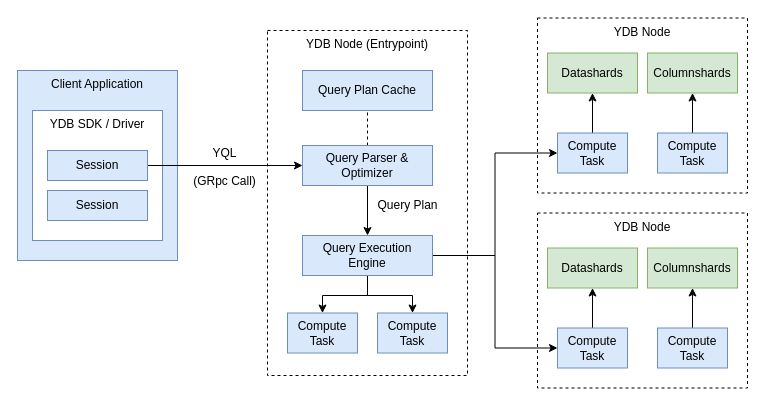
Before: ydb/docs/ru/core/concepts/_assets/query_workflow.drawio in ydb-platform/ydb, a draw.io diagram. Source tidied: cells renumbered, new cells numbered last; positions are measured from the earlier drawing's top-left corner, leaving out a move shared by most shapes. Both pictures are drawn from the tidied source at 100%, with x=0, y=0 at pixel (17, 18).
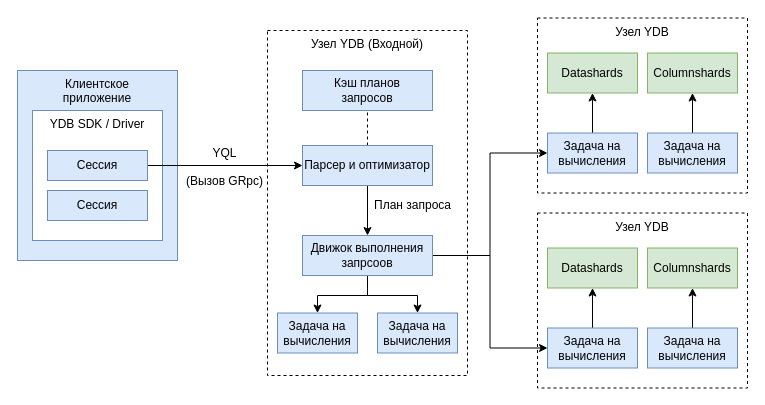
Above is the later version.

What changed in the source:
```diff
@@
-    <mxCell id="2" value="YDB Node" style="dashed=1;rounded=0;whiteSpace=wrap;html=1;strokeColor=#000000;verticalAlign=top;" parent="1" vertex="1">
+    <mxCell id="2" value="Узел YDB" style="dashed=1;rounded=0;whiteSpace=wrap;html=1;strokeColor=#000000;verticalAlign=top;" parent="1" vertex="1">
       <mxGeometry x="520" y="194.5" width="210" height="175" as="geometry" />
     </mxCell>
-    <mxCell id="3" value="YDB Node" style="dashed=1;rounded=0;whiteSpace=wrap;html=1;strokeColor=#000000;verticalAlign=top;" parent="1" vertex="1">
+    <mxCell id="3" value="Узел YDB" style="dashed=1;rounded=0;whiteSpace=wrap;html=1;strokeColor=#000000;verticalAlign=top;" parent="1" vertex="1">
       <mxGeometry x="520" y="-0.5" width="210" height="175" as="geometry" />
     </mxCell>
-    <mxCell id="4" value="YDB Node (Entrypoint)" style="dashed=1;rounded=0;whiteSpace=wrap;html=1;strokeColor=#000000;verticalAlign=top;" parent="1" vertex="1">
+    <mxCell id="4" value="Узел YDB (Входной)" style="dashed=1;rounded=0;whiteSpace=wrap;html=1;strokeColor=#000000;verticalAlign=top;" parent="1" vertex="1">
       <mxGeometry x="250" y="12" width="200" height="345" as="geometry" />
     </mxCell>
-    <mxCell id="5" value="Client Application" style="rounded=0;whiteSpace=wrap;html=1;fillColor=#dae8fc;strokeColor=#6c8ebf;verticalAlign=top;" parent="1" vertex="1">
+    <mxCell id="5" value="Клиентское &lt;br&gt;приложение" style="rounded=0;whiteSpace=wrap;html=1;fillColor=#dae8fc;strokeColor=#6c8ebf;verticalAlign=top;" parent="1" vertex="1">
       <mxGeometry y="52" width="160" height="190" as="geometry" />
     </mxCell>
@@
-    <mxCell id="8" value="Session" style="rounded=0;whiteSpace=wrap;html=1;fillColor=#dae8fc;strokeColor=#6c8ebf;" parent="1" vertex="1">
+    <mxCell id="8" value="Сессия" style="rounded=0;whiteSpace=wrap;html=1;fillColor=#dae8fc;strokeColor=#6c8ebf;" parent="1" vertex="1">
       <mxGeometry x="30" y="132" width="100" height="30" as="geometry" />
     </mxCell>
-    <mxCell id="9" value="Session" style="rounded=0;whiteSpace=wrap;html=1;fillColor=#dae8fc;strokeColor=#6c8ebf;" parent="1" vertex="1">
+    <mxCell id="9" value="Сессия" style="rounded=0;whiteSpace=wrap;html=1;fillColor=#dae8fc;strokeColor=#6c8ebf;" parent="1" vertex="1">
       <mxGeometry x="30" y="172" width="100" height="30" as="geometry" />
     </mxCell>
@@
-    <mxCell id="12" value="Query Parser &amp; Optimizer" style="rounded=0;whiteSpace=wrap;html=1;fillColor=#dae8fc;strokeColor=#6c8ebf;" parent="1" vertex="1">
+    <mxCell id="12" value="Парсер и оптимизатор" style="rounded=0;whiteSpace=wrap;html=1;fillColor=#dae8fc;strokeColor=#6c8ebf;" parent="1" vertex="1">
       <mxGeometry x="285" y="127" width="130" height="40" as="geometry" />
     </mxCell>
-    <mxCell id="13" value="Query Plan Cache" style="rounded=0;whiteSpace=wrap;html=1;fillColor=#dae8fc;strokeColor=#6c8ebf;" parent="1" vertex="1">
+    <mxCell id="13" value="Кэш планов &lt;br&gt;запросов" style="rounded=0;whiteSpace=wrap;html=1;fillColor=#dae8fc;strokeColor=#6c8ebf;" parent="1" vertex="1">
       <mxGeometry x="285" y="52" width="130" height="40" as="geometry" />
     </mxCell>
@@
+    <mxCell id="17" style="edgeStyle=orthogonalEdgeStyle;rounded=0;jettySize=auto;html=1;exitX=0.5;exitY=1;exitDx=0;exitDy=0;entryX=0.5;entryY=0;entryDx=0;entryDy=0;" parent="1" edge="1" source="18" target="35">
+      <mxGeometry relative="1" as="geometry" />
+    </mxCell>
     <mxCell id="16" style="edgeStyle=orthogonalEdgeStyle;rounded=0;jettySize=auto;html=1;exitX=0.5;exitY=1;exitDx=0;exitDy=0;entryX=0.5;entryY=0;entryDx=0;entryDy=0;" parent="1" edge="1" source="18" target="34">
-      <mxGeometry relative="1" as="geometry">
-        <Array as="points">
-          <mxPoint x="350" y="277" />
-          <mxPoint x="305" y="277" />
-        </Array>
-      </mxGeometry>
+      <mxGeometry relative="1" as="geometry" />
     </mxCell>
-    <mxCell id="17" style="edgeStyle=orthogonalEdgeStyle;rounded=0;jettySize=auto;html=1;exitX=0.5;exitY=1;exitDx=0;exitDy=0;entryX=0.5;entryY=0;entryDx=0;entryDy=0;" parent="1" edge="1" source="18" target="35">
-      <mxGeometry relative="1" as="geometry">
-        <Array as="points">
-          <mxPoint x="350" y="277" />
-          <mxPoint x="395" y="277" />
-        </Array>
-      </mxGeometry>
-    </mxCell>
-    <mxCell id="18" value="Query Execution Engine" style="rounded=0;whiteSpace=wrap;html=1;fillColor=#dae8fc;strokeColor=#6c8ebf;" parent="1" vertex="1">
+    <mxCell id="18" value="Движок выполнения запрсоов" style="rounded=0;whiteSpace=wrap;html=1;fillColor=#dae8fc;strokeColor=#6c8ebf;" parent="1" vertex="1">
       <mxGeometry x="285" y="217" width="130" height="40" as="geometry" />
     </mxCell>
-    <mxCell id="19" value="(GRpc Call)" style="text;html=1;strokeColor=none;fillColor=none;align=center;verticalAlign=middle;" parent="1" vertex="1">
+    <mxCell id="19" value="(Вызов GRpc)" style="text;html=1;strokeColor=none;fillColor=none;align=center;verticalAlign=middle;" parent="1" vertex="1">
       <mxGeometry x="181.5" y="162" width="50" as="geometry" />
     </mxCell>
@@
-    <mxCell id="21" value="Compute&lt;br&gt;Task" style="rounded=0;whiteSpace=wrap;html=1;fillColor=#dae8fc;strokeColor=#6c8ebf;" parent="1" vertex="1">
-      <mxGeometry x="540" y="114.5" width="70" height="40" as="geometry" />
+    <mxCell id="21" value="Задача на вычисления" style="rounded=0;whiteSpace=wrap;html=1;fillColor=#dae8fc;strokeColor=#6c8ebf;" parent="1" vertex="1">
+      <mxGeometry x="530" y="114.5" width="90" height="40" as="geometry" />
     </mxCell>
@@
-    <mxCell id="23" value="Compute&lt;br&gt;Task" style="rounded=0;whiteSpace=wrap;html=1;fillColor=#dae8fc;strokeColor=#6c8ebf;" parent="1" vertex="1">
-      <mxGeometry x="640" y="114.5" width="70" height="40" as="geometry" />
+    <mxCell id="23" value="Задача на вычисления" style="rounded=0;whiteSpace=wrap;html=1;fillColor=#dae8fc;strokeColor=#6c8ebf;" parent="1" vertex="1">
+      <mxGeometry x="630" y="114.5" width="90" height="40" as="geometry" />
     </mxCell>
@@
-    <mxCell id="27" value="Compute&lt;br&gt;Task" style="rounded=0;whiteSpace=wrap;html=1;fillColor=#dae8fc;strokeColor=#6c8ebf;" parent="1" vertex="1">
-      <mxGeometry x="540" y="309.5" width="70" height="40" as="geometry" />
+    <mxCell id="27" value="Задача на вычисления" style="rounded=0;whiteSpace=wrap;html=1;fillColor=#dae8fc;strokeColor=#6c8ebf;" parent="1" vertex="1">
+      <mxGeometry x="530" y="309.5" width="90" height="40" as="geometry" />
     </mxCell>
@@
-    <mxCell id="29" value="Compute&lt;br&gt;Task" style="rounded=0;whiteSpace=wrap;html=1;fillColor=#dae8fc;strokeColor=#6c8ebf;" parent="1" vertex="1">
-      <mxGeometry x="640" y="309.5" width="70" height="40" as="geometry" />
+    <mxCell id="29" value="Задача на вычисления" style="rounded=0;whiteSpace=wrap;html=1;fillColor=#dae8fc;strokeColor=#6c8ebf;" parent="1" vertex="1">
+      <mxGeometry x="630" y="309.5" width="90" height="40" as="geometry" />
     </mxCell>
@@
-    <mxCell id="32" value="Query Plan" style="text;html=1;strokeColor=none;fillColor=none;align=center;verticalAlign=middle;" parent="1" vertex="1">
-      <mxGeometry x="360" y="179.5" width="60" height="15" as="geometry" />
+    <mxCell id="32" value="План запроса" style="text;html=1;strokeColor=none;fillColor=none;align=center;verticalAlign=middle;" parent="1" vertex="1">
+      <mxGeometry x="365" y="179.5" width="60" height="15" as="geometry" />
     </mxCell>
@@
-    <mxCell id="34" value="Compute&lt;br&gt;Task" style="rounded=0;whiteSpace=wrap;html=1;fillColor=#dae8fc;strokeColor=#6c8ebf;" parent="1" vertex="1">
-      <mxGeometry x="270" y="294.5" width="70" height="40" as="geometry" />
+    <mxCell id="34" value="Задача на вычисления" style="rounded=0;whiteSpace=wrap;html=1;fillColor=#dae8fc;strokeColor=#6c8ebf;" parent="1" vertex="1">
+      <mxGeometry x="260" y="294.5" width="80" height="40" as="geometry" />
     </mxCell>
-    <mxCell id="35" value="Compute&lt;br&gt;Task" style="rounded=0;whiteSpace=wrap;html=1;fillColor=#dae8fc;strokeColor=#6c8ebf;" parent="1" vertex="1">
-      <mxGeometry x="360" y="294.5" width="70" height="40" as="geometry" />
+    <mxCell id="35" value="Задача на вычисления" style="rounded=0;whiteSpace=wrap;html=1;fillColor=#dae8fc;strokeColor=#6c8ebf;" parent="1" vertex="1">
+      <mxGeometry x="360" y="294.5" width="80" height="40" as="geometry" />
     </mxCell>
```
